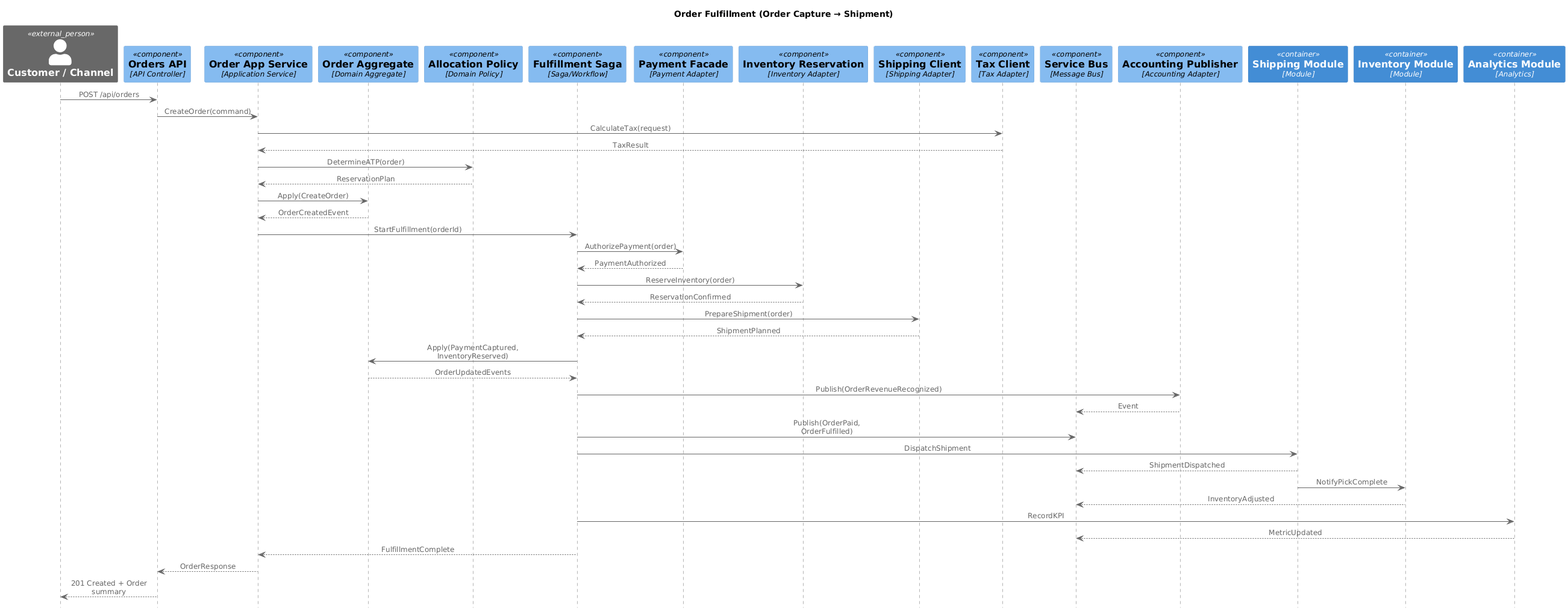
Above: Documents/media/attachments/sequence_diagrams/orders_order_fulfillment_sequence/Order Fulfillment Flow.png in phapeee/ERP-Inventory-Management-System (PlantUML), before the change. The source it was exported from:
```plantuml
@startuml
!if %variable_exists("RELATIVE_INCLUDE")
  !include ./C4_Component.puml
!else
  !include https://raw.githubusercontent.com/plantuml-stdlib/C4-PlantUML/master/C4_Component.puml
!endif



!pragma teoz true


!if ($LEGEND_DASHED_BOUNDARY == "dashed")
  !$LEGEND_DASHED_BOUNDARY = ""
!endif
!if ($LEGEND_DASHED_TRANSPARENT_BOUNDARY == "dashed")
  !$LEGEND_DASHED_TRANSPARENT_BOUNDARY = ""
!endif
UpdateBoundaryStyle("", $bgColor=$BOUNDARY_BG_COLOR, $fontColor=$BOUNDARY_COLOR, $borderColor=$BOUNDARY_COLOR, $shape=$DEFAULT_SHAPE)
UpdateBoundaryStyle("enterprise", $bgColor=$ENTERPRISE_BOUNDARY_BG_COLOR, $fontColor=$ENTERPRISE_BOUNDARY_COLOR, $borderColor=$ENTERPRISE_BOUNDARY_COLOR, $type="$ENTERPRISE_BOUNDARY_TYPE", $shape=$DEFAULT_SHAPE)
UpdateBoundaryStyle("system", $bgColor=$SYSTEM_BOUNDARY_BG_COLOR, $fontColor=$SYSTEM_BOUNDARY_COLOR, $borderColor=$SYSTEM_BOUNDARY_COLOR, $type="$SYSTEM_BOUNDARY_TYPE", $shape=$DEFAULT_SHAPE)
UpdateBoundaryStyle("container", $bgColor=$CONTAINER_BOUNDARY_BG_COLOR, $fontColor=$CONTAINER_BOUNDARY_COLOR, $borderColor=$CONTAINER_BOUNDARY_COLOR, $type="$CONTAINER_BOUNDARY_TYPE", $shape=$DEFAULT_SHAPE)


!global $display_element_description = %false()

!unquoted procedure SHOW_ELEMENT_DESCRIPTIONS($show="true")
!if ($show == "true")
  !global $display_element_description = %true()
!else
  !global $display_element_description = %false()
!endif
!endprocedure

!unquoted procedure SHOW_FOOT_BOXES($show="true")
!if ($show == "true")
  show footbox
!else
  hide footbox
!endif
!endprocedure

!global $show_index = %false()
!unquoted procedure SHOW_INDEX($show="true")
!if ($show == "true")
  !global $show_index = %true()
!else
  !global $show_index = %false()
!endif
!endprocedure

!if (%variable_exists("$THEME"))
!else
!$BOUNDARY_BG_COLOR ?= "transparent"
!$BOUNDARY_COLOR ?= "#444444"
!$ARROW_COLOR ?= "#666666"

!if ($BOUNDARY_BG_COLOR == "transparent")
  !$SEQUENCE_BG_COLOR = white
!else
  !$SEQUENCE_BG_COLOR = $BOUNDARY_BG_COLOR
!endif

hide footbox
skinparam SequenceLifelineBorderColor $ARROW_COLOR

skinparam SequenceGroupBodyBackgroundColor $SEQUENCE_BG_COLOR
skinparam SequenceGroupFontColor $BOUNDARY_COLOR
skinparam SequenceGroupBackgroundColor $BOUNDARY_COLOR
skinparam SequenceGroupHeaderFontColor $SEQUENCE_BG_COLOR
skinparam SequenceGroupBorderColor $BOUNDARY_COLOR

skinparam SequenceReferenceBackgroundColor $SEQUENCE_BG_COLOR
skinparam SequenceReferenceFontColor $BOUNDARY_COLOR
skinparam SequenceReferenceHeaderBackgroundColor $BOUNDARY_COLOR
<style>
referenceHeader {
  fontcolor $SEQUENCE_BG_COLOR
}
</style>
skinparam SequenceReferenceBorderColor $BOUNDARY_COLOR

skinparam SequenceDividerBackgroundColor $SEQUENCE_BG_COLOR
skinparam SequenceDividerFontColor $BOUNDARY_COLOR
skinparam SequenceDividerBorderColor $BOUNDARY_COLOR

<style>
sequenceDiagram {
  delay {
    FontColor $BOUNDARY_COLOR
  }
}
</style>
!endif



!unquoted function $breakWithNewline($text, $lineEnd, $lineStart, $widthStr="-1")
!$width = %intval($widthStr)
!$multiLine = ""
!if (%strpos($text, "\n") >= 0)
  !while (%strpos($text, "\n") >= 0)
    !$brPos = %strpos($text, "\n")
    !if ($brPos > 0)
      !$multiLine = $multiLine + %substr($text, 0, $brPos) + $lineEnd + %newline() + $lineStart
    !else
      !$multiLine = $multiLine + "<U+00A0>" + $lineEnd + %newline() + $lineStart
    !endif
    !$text = %substr($text, $brPos+2)
    !if (%strlen($text) == 0)
      !$text = "<U+00A0>"
    !endif
  !endwhile
!else
  !while ($width>0 && %strlen($text) > $width)
    !$brPos = $width
    !while ($brPos > 0 && %substr($text, $brPos, 1) != ' ')
      !$brPos = $brPos - 1
    !endwhile

    !if ($brPos < 1)
      !$brPos = %strpos($text, " ")
    !else
    !endif

    !if ($brPos > 0)
      !$multiLine = $multiLine + %substr($text, 0, $brPos) + $lineEnd + %newline() + $lineStart
      !$text = %substr($text, $brPos + 1)
    !else
      !$multiLine = $multiLine+ $text
      !$text = ""
    !endif
  !endwhile
!endif
!if (%strlen($text) > 0)
  !$multiLine = $multiLine + $text
!endif
!return $multiLine
!endfunction

!unquoted function $breakNewLineLabel($text)
!$multiLine = $breakWithNewline($text, "", "==")
!return $multiLine
!endfunction

!unquoted function $breakNewLineDescr($text)
  !return $breakWithNewline($text, "", "", $REL_DESCR_MAX_CHAR_WIDTH)
!endfunction

!unquoted function $breakNewLineTechn($text)
  !$lineStart = "</size>//"
  !$lineEnd = '//<size:'+$TECHN_FONT_SIZE+'>'
  !return $breakWithNewline($text, $lineStart, $lineEnd, $REL_TECHN_MAX_CHAR_WIDTH)
!endfunction

!procedure $getParticipant($elementType, $alias, $label, $techn, $descr, $sprite, $tags, $link)
  !$sprite=$toElementArg($sprite, $tags, "ElementTagSprite", $elementType)
  !$techn=$toElementArg($techn, $tags, "ElementTagTechn", $elementType)
  !$stereo = $toStereos($elementType,$tags)
  !$calcLabel = "== " + $breakNewLineLabel($label)
  !$calcTech = "//<size:" + $TECHN_FONT_SIZE + ">[" + $breakNewLineTechn($techn) + "]</size>//"
  !$calcDescr = $breakNewLineDescr($descr)
  !$calcLink = $getLink($link)

participant $alias $stereo $calcLink [
!if ($sprite != "")
$getSprite($sprite)
!endif
!if ($label != "")
$calcLabel
!endif
!if ($techn != "")
$calcTech
!endif
!if ($display_element_description == %true() && $descr != "")

$calcDescr
!endif
]
!endprocedure


!unquoted procedure Person($alias, $label, $descr="", $sprite="", $tags="", $link="", $type="")
  $getParticipant("person", $alias, $label, $type, $descr, $sprite, $tags, $link)
!endprocedure

!unquoted procedure Person_Ext($alias, $label, $descr="", $sprite="", $tags="", $link="", $type="")
  $getParticipant("external_person", $alias, $label, $type, $descr, $sprite, $tags, $link)
!endprocedure

!unquoted procedure System($alias, $label, $descr="", $sprite="", $tags="", $link="", $type="", $baseShape="rectangle")
  $getParticipant("system", $alias, $label, $type, $descr, $sprite, $tags, $link)
!endprocedure

!unquoted procedure SystemDb($alias, $label, $descr="", $sprite="", $tags="", $link="", $type="")
  $getParticipant("system", $alias, $label, $type, $descr, $sprite, $tags, $link)
!endprocedure

!unquoted procedure SystemQueue($alias, $label, $descr="", $sprite="", $tags="", $link="", $type="")
  $getParticipant("system", $alias, $label, $type, $descr, $sprite, $tags, $link)
!endprocedure

!unquoted procedure System_Ext($alias, $label, $descr="", $sprite="", $tags="", $link="", $type="", $baseShape="rectangle")
  $getParticipant("external_system", $alias, $label, $type, $descr, $sprite, $tags, $link)
!endprocedure

!unquoted procedure SystemDb_Ext($alias, $label, $descr="", $sprite="", $tags="", $link="", $type="")
  $getParticipant("external_system", $alias, $label, $type, $descr, $sprite, $tags, $link)
!endprocedure

!unquoted procedure SystemQueue_Ext($alias, $label, $descr="", $sprite="", $tags="", $link="", $type="")
  $getParticipant("external_system", $alias, $label, $type, $descr, $sprite, $tags, $link)
!endprocedure



!unquoted procedure Container($alias, $label, $techn="", $descr="", $sprite="", $tags="", $link="", $baseShape="rectangle")
  $getParticipant("container", $alias, $label, $techn, $descr, $sprite, $tags, $link)
!endprocedure

!unquoted procedure ContainerDb($alias, $label, $techn="", $descr="", $sprite="", $tags="", $link="")
  $getParticipant("container", $alias, $label, $techn, $descr, $sprite, $tags, $link)
!endprocedure

!unquoted procedure ContainerQueue($alias, $label, $techn="", $descr="", $sprite="", $tags="", $link="")
  $getParticipant("container", $alias, $label, $techn, $descr, $sprite, $tags, $link)
!endprocedure

!unquoted procedure Container_Ext($alias, $label, $techn="", $descr="", $sprite="", $tags="", $link="", $baseShape="rectangle")
  $getParticipant("external_container", $alias, $label, $techn, $descr, $sprite, $tags, $link)
!endprocedure

!unquoted procedure ContainerDb_Ext($alias, $label, $techn="", $descr="", $sprite="", $tags="", $link="")
  $getParticipant("external_container", $alias, $label, $techn, $descr, $sprite, $tags, $link)
!endprocedure

!unquoted procedure ContainerQueue_Ext($alias, $label, $techn="", $descr="", $sprite="", $tags="", $link="")
  $getParticipant("external_container", $alias, $label, $techn, $descr, $sprite, $tags, $link)
!endprocedure



!unquoted procedure Component($alias, $label, $techn="", $descr="", $sprite="", $tags="", $link="", $baseShape="rectangle")
  $getParticipant("component", $alias, $label, $techn, $descr, $sprite, $tags, $link)
!endprocedure

!unquoted procedure ComponentDb($alias, $label, $techn="", $descr="", $sprite="", $tags="", $link="")
  $getParticipant("component", $alias, $label, $techn, $descr, $sprite, $tags, $link)
!endprocedure

!unquoted procedure ComponentQueue($alias, $label, $techn="", $descr="", $sprite="", $tags="", $link="")
  $getParticipant("component", $alias, $label, $techn, $descr, $sprite, $tags, $link)
!endprocedure

!unquoted procedure Component_Ext($alias, $label, $techn="", $descr="", $sprite="", $tags="", $link="", $baseShape="rectangle")
  $getParticipant("external_component", $alias, $label, $techn, $descr, $sprite, $tags, $link)
!endprocedure

!unquoted procedure ComponentDb_Ext($alias, $label, $techn="", $descr="", $sprite="", $tags="", $link="")
  $getParticipant("external_component", $alias, $label, $techn, $descr, $sprite, $tags, $link)
!endprocedure

!unquoted procedure ComponentQueue_Ext($alias, $label, $techn="", $descr="", $sprite="", $tags="", $link="")
  $getParticipant("external_component", $alias, $label, $techn, $descr, $sprite, $tags, $link)
!endprocedure

!unquoted procedure Participant_UI($alias, $label, $descr="")
  Person_Ext($alias, $label, $descr)
!endprocedure
!unquoted procedure Participant_Controller($alias, $label, $descr="")
  Component($alias, $label, "API Controller", $descr)
!endprocedure
!unquoted procedure Participant_App($alias, $label, $descr="")
  Component($alias, $label, "Application Service", $descr)
!endprocedure
!unquoted procedure Participant_Aggregate($alias, $label, $descr="")
  Component($alias, $label, "Domain Aggregate", $descr)
!endprocedure
!unquoted procedure Participant_Policy($alias, $label, $descr="")
  Component($alias, $label, "Domain Policy", $descr)
!endprocedure
!unquoted procedure Participant_Saga($alias, $label, $descr="")
  Component($alias, $label, "Saga/Workflow", $descr)
!endprocedure
!unquoted procedure Participant_Validator($alias, $label, $descr="")
  Component($alias, $label, "Validator", $descr)
!endprocedure
!unquoted procedure Participant_Workflow($alias, $label, $descr="")
  Component($alias, $label, "Workflow Handler", $descr)
!endprocedure
!unquoted procedure Participant_Module($alias, $label, $descr="")
  Container($alias, $label, "Module", $descr)
!endprocedure
!unquoted procedure Participant_AppService($alias, $label, $descr="")
  Component($alias, $label, "Application Service", $descr)
!endprocedure
!unquoted procedure Participant_Payment($alias, $label, $descr="")
  Component($alias, $label, "Payment Adapter", $descr)
!endprocedure
!unquoted procedure Participant_Inventory($alias, $label, $descr="")
  Component($alias, $label, "Inventory Adapter", $descr)
!endprocedure
!unquoted procedure Participant_Shipping($alias, $label, $descr="")
  Component($alias, $label, "Shipping Adapter", $descr)
!endprocedure
!unquoted procedure Participant_Tax($alias, $label, $descr="")
  Component($alias, $label, "Tax Adapter", $descr)
!endprocedure
!unquoted procedure Participant_EventBus($alias, $label, $descr="")
  ComponentQueue($alias, $label, "Message Bus", $descr)
!endprocedure
!unquoted procedure Participant_Accounting($alias, $label, $descr="")
  Component($alias, $label, "Accounting Adapter", $descr)
!endprocedure
!unquoted procedure Participant_ShippingModule($alias, $label, $descr="")
  Container($alias, $label, "Module", $descr)
!endprocedure
!unquoted procedure Participant_InventoryModule($alias, $label, $descr="")
  Container($alias, $label, "Module", $descr)
!endprocedure
!unquoted procedure Participant_Analytics($alias, $label, $descr="")
  Container($alias, $label, "Analytics", $descr)
!endprocedure
!unquoted procedure Participant_Scheduler($alias, $label, $descr="")
  Component($alias, $label, "Scheduler", $descr)
!endprocedure
!unquoted procedure Participant_TaskRepo($alias, $label, $descr="")
  ComponentDb($alias, $label, "Repository", $descr)
!endprocedure
!unquoted procedure Participant_RFDevice($alias, $label, $descr="")
  System_Ext($alias, $label, $descr)
!endprocedure
!unquoted procedure Participant_Purchasing($alias, $label, $descr="")
  Container($alias, $label, "Purchasing Module", $descr)
!endprocedure
!unquoted procedure Participant_Adapter($alias, $label, $descr="")
  Component($alias, $label, "Adapter", $descr)
!endprocedure
!unquoted procedure Participant_DocStore($alias, $label, $descr="")
  Component($alias, $label, "Document Store", $descr)
!endprocedure
!unquoted procedure Participant_Domain($alias, $label, $descr="")
  Component($alias, $label, "Domain Component", $descr)
!endprocedure
!unquoted procedure Participant_External($alias, $label, $descr="")
  System_Ext($alias, $label, $descr)
!endprocedure
!unquoted procedure Participant_Notification($alias, $label, $descr="")
  Component($alias, $label, "Notification Publisher", $descr)
!endprocedure
!unquoted procedure Participant_Evidence($alias, $label, $descr="")
  Component($alias, $label, "Evidence Store", $descr)
!endprocedure
!unquoted procedure Participant_Shared($alias, $label, $descr="")
  Component($alias, $label, "Shared Service", $descr)
!endprocedure
!unquoted procedure Participant_Refund($alias, $label, $descr="")
  Component($alias, $label, "Refund Adapter", $descr)
!endprocedure
!unquoted procedure Participant_Audit($alias, $label, $descr="")
  Component($alias, $label, "Audit Trail", $descr)
!endprocedure
!unquoted procedure Participant_Tracking($alias, $label, $descr="")
  Component($alias, $label, "Tracking Listener", $descr)
!endprocedure




!unquoted procedure Boundary($alias, $label, $type="", $tags="", $link="", $descr = "")
!$boundaryTags = $addBoundaryPostfix($tags)
!$type=$toElementArg($type, $boundaryTags, "ElementTagTechn", "boundary")
!$sprite=$toElementArg("", $boundaryTags, "ElementTagSprite", "boundary")
!$labelSprite=""
!if ($sprite != "")
  !$labelSprite = $getSprite($smallVersionSprite($sprite, $BOUNDARY_IMAGE_SIZE_FACTOR)) + ' '
!endif
!if ($link != "")
  !$usedNewLine = ']]\n== [[' + $link + ' '
  !$labelType = '== [[' + $link + ' ' + $labelSprite + $breakText($label, $usedNewLine) + ']]'
!else
  !$usedNewLine = '\n== '
  !$labelType = $labelSprite + $breakText($label, $usedNewLine)
!endif
!if (type != "")
    !$labelType = $labelType + '\n<size:' + $TECHN_FONT_SIZE + '>[' + $type + ']</size>'
!endif
!if ($display_element_description == %true() && $descr != "")
    !$labelType = $labelType + '\n\n' + $breakDescr($descr, $BOUNDARY_DESCR_MAX_CHAR_WIDTH)
!endif
box "$labelType" $toStereos("boundary", $boundaryTags)
!endprocedure

!procedure Boundary_End()
end box
!endprocedure

!unquoted procedure Enterprise_Boundary($alias, $label, $tags="", $link="", $descr = "")
  !if ($tags != "")
    !$allTags = $tags + '+enterprise'
  !else
    !$allTags = 'enterprise'
  !endif
  Boundary($alias, $label, "", $allTags, $link, $descr)
!endprocedure

!unquoted procedure System_Boundary($alias, $label, $tags="", $link="", $descr = "")
  !if ($tags != "")
    !$allTags = $tags + '+system'
  !else
    !$allTags = 'system'
  !endif
  Boundary($alias, $label, "", $allTags, $link, $descr)
!endprocedure

!unquoted procedure Container_Boundary($alias, $label, $tags="", $link="", $descr = "")
  !if ($tags != "")
    !$allTags = $tags + '+container'
  !else
    !$allTags = 'container'
  !endif
  Boundary($alias, $label, "", $allTags, $link, $descr)
!endprocedure



!unquoted procedure Rel($from, $to, $label, $techn="", $descr="", $sprite="", $tags="", $link="", $index="", $rel="")
  !if ($show_index == %true())
    !$pre = $getPrefix($index)
  !else
    !$pre = ""
  !endif
  !if ($rel == "")
    !$rel = "->"
  !endif
$getRel($rel, $from, $to, $pre + $label, $techn, $descr, $sprite, $tags, $link)
!endprocedure
!unquoted procedure Rel($from, $to, $label, $techn="", $descr="", $sprite="", $tags="", $link="")
Rel($from, $to, $label, $techn, $descr, $sprite, $tags, $link, "", "")
!endprocedure


title Order Fulfillment (Order Capture → Shipment)

Participant_UI(customer, "Customer / Channel", "Web/B2B/POS")
Participant_Controller(orderController, "Orders API", "OrderController")
Participant_App(orderApp, "Order App Service", "OrderApplicationService")
Participant_Aggregate(orderAgg, "Order Aggregate")
Participant_Policy(allocationPolicy, "Allocation Policy")
Participant_Saga(orderSaga, "Fulfillment Saga")
Participant_Payment(paymentFacade, "Payment Facade")
Participant_Inventory(inventoryFacade, "Inventory Reservation")
Participant_Shipping(shippingFacade, "Shipping Client")
Participant_Tax(taxFacade, "Tax Client")
Participant_EventBus(eventBus, "Service Bus", "Order Events Topic")
Participant_Accounting(accountingPublisher, "Accounting Publisher")
Participant_ShippingModule(shippingModule, "Shipping Module")
Participant_InventoryModule(inventoryModule, "Inventory Module")
Participant_Analytics(analyticsModule, "Analytics Module")

customer -> orderController : POST /api/orders
orderController -> orderApp : CreateOrder(command)
orderApp -> taxFacade : CalculateTax(request)
taxFacade --> orderApp : TaxResult
orderApp -> allocationPolicy : DetermineATP(order)
allocationPolicy --> orderApp : ReservationPlan
orderApp -> orderAgg : Apply(CreateOrder)
orderAgg --> orderApp : OrderCreatedEvent
orderApp -> orderSaga : StartFulfillment(orderId)
orderSaga -> paymentFacade : AuthorizePayment(order)
paymentFacade --> orderSaga : PaymentAuthorized
orderSaga -> inventoryFacade : ReserveInventory(order)
inventoryFacade --> orderSaga : ReservationConfirmed
orderSaga -> shippingFacade : PrepareShipment(order)
shippingFacade --> orderSaga : ShipmentPlanned
orderSaga -> orderAgg : Apply(PaymentCaptured, InventoryReserved)
orderAgg --> orderSaga : OrderUpdatedEvents
orderSaga -> accountingPublisher : Publish(OrderRevenueRecognized)
accountingPublisher --> eventBus : Event
orderSaga -> eventBus : Publish(OrderPaid, OrderFulfilled)
orderSaga -> shippingModule : DispatchShipment
shippingModule --> eventBus : ShipmentDispatched
shippingModule -> inventoryModule : NotifyPickComplete
inventoryModule --> eventBus : InventoryAdjusted
orderSaga -> analyticsModule : RecordKPI
analyticsModule --> eventBus : MetricUpdated
orderSaga --> orderApp : FulfillmentComplete
orderApp --> orderController : OrderResponse
orderController --> customer : 201 Created + Order summary
@enduml
```
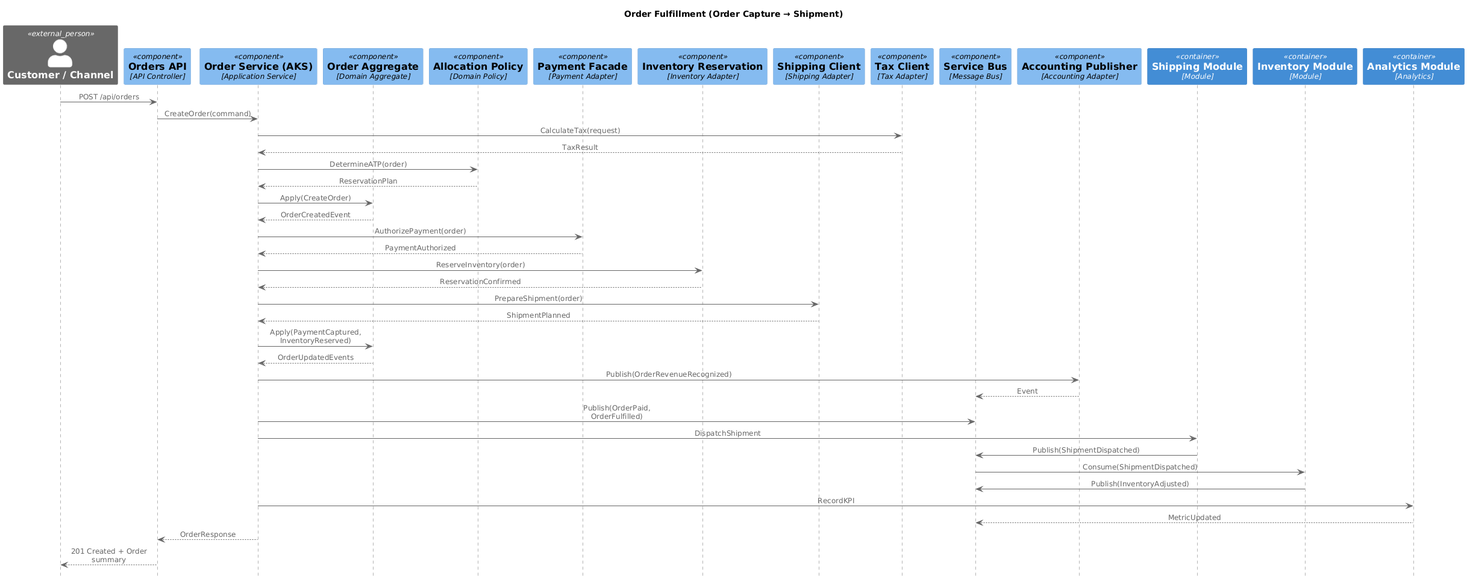
Later version of the same file.

What changed in the source:
```diff
@@ -1,4 +1,4 @@
-@startuml
+@startuml Order Fulfillment Flow
 !if %variable_exists("RELATIVE_INCLUDE")
   !include ./C4_Component.puml
 !else
@@ -444,10 +444,9 @@
 
 Participant_UI(customer, "Customer / Channel", "Web/B2B/POS")
 Participant_Controller(orderController, "Orders API", "OrderController")
-Participant_App(orderApp, "Order App Service", "OrderApplicationService")
+Participant_App(orderApp, "Order Service (AKS)", "OrderApplicationService")
 Participant_Aggregate(orderAgg, "Order Aggregate")
 Participant_Policy(allocationPolicy, "Allocation Policy")
-Participant_Saga(orderSaga, "Fulfillment Saga")
 Participant_Payment(paymentFacade, "Payment Facade")
 Participant_Inventory(inventoryFacade, "Inventory Reservation")
 Participant_Shipping(shippingFacade, "Shipping Client")
@@ -466,25 +465,24 @@
 allocationPolicy --> orderApp : ReservationPlan
 orderApp -> orderAgg : Apply(CreateOrder)
 orderAgg --> orderApp : OrderCreatedEvent
-orderApp -> orderSaga : StartFulfillment(orderId)
-orderSaga -> paymentFacade : AuthorizePayment(order)
-paymentFacade --> orderSaga : PaymentAuthorized
-orderSaga -> inventoryFacade : ReserveInventory(order)
-inventoryFacade --> orderSaga : ReservationConfirmed
-orderSaga -> shippingFacade : PrepareShipment(order)
-shippingFacade --> orderSaga : ShipmentPlanned
-orderSaga -> orderAgg : Apply(PaymentCaptured, InventoryReserved)
-orderAgg --> orderSaga : OrderUpdatedEvents
-orderSaga -> accountingPublisher : Publish(OrderRevenueRecognized)
+orderApp -> paymentFacade : AuthorizePayment(order)
+paymentFacade --> orderApp : PaymentAuthorized
+orderApp -> inventoryFacade : ReserveInventory(order)
+inventoryFacade --> orderApp : ReservationConfirmed
+orderApp -> shippingFacade : PrepareShipment(order)
+shippingFacade --> orderApp : ShipmentPlanned
+orderApp -> orderAgg : Apply(PaymentCaptured, InventoryReserved)
+orderAgg --> orderApp : OrderUpdatedEvents
+orderApp -> accountingPublisher : Publish(OrderRevenueRecognized)
 accountingPublisher --> eventBus : Event
-orderSaga -> eventBus : Publish(OrderPaid, OrderFulfilled)
-orderSaga -> shippingModule : DispatchShipment
-shippingModule --> eventBus : ShipmentDispatched
-shippingModule -> inventoryModule : NotifyPickComplete
-inventoryModule --> eventBus : InventoryAdjusted
-orderSaga -> analyticsModule : RecordKPI
+orderApp -> eventBus : Publish(OrderPaid, OrderFulfilled)
+orderApp -> shippingModule : DispatchShipment
+shippingModule -> eventBus : Publish(ShipmentDispatched)
+eventBus -> inventoryModule : Consume(ShipmentDispatched)
+inventoryModule -> eventBus : Publish(InventoryAdjusted)
+orderApp -> analyticsModule : RecordKPI
 analyticsModule --> eventBus : MetricUpdated
-orderSaga --> orderApp : FulfillmentComplete
 orderApp --> orderController : OrderResponse
 orderController --> customer : 201 Created + Order summary
+
 @enduml
```
